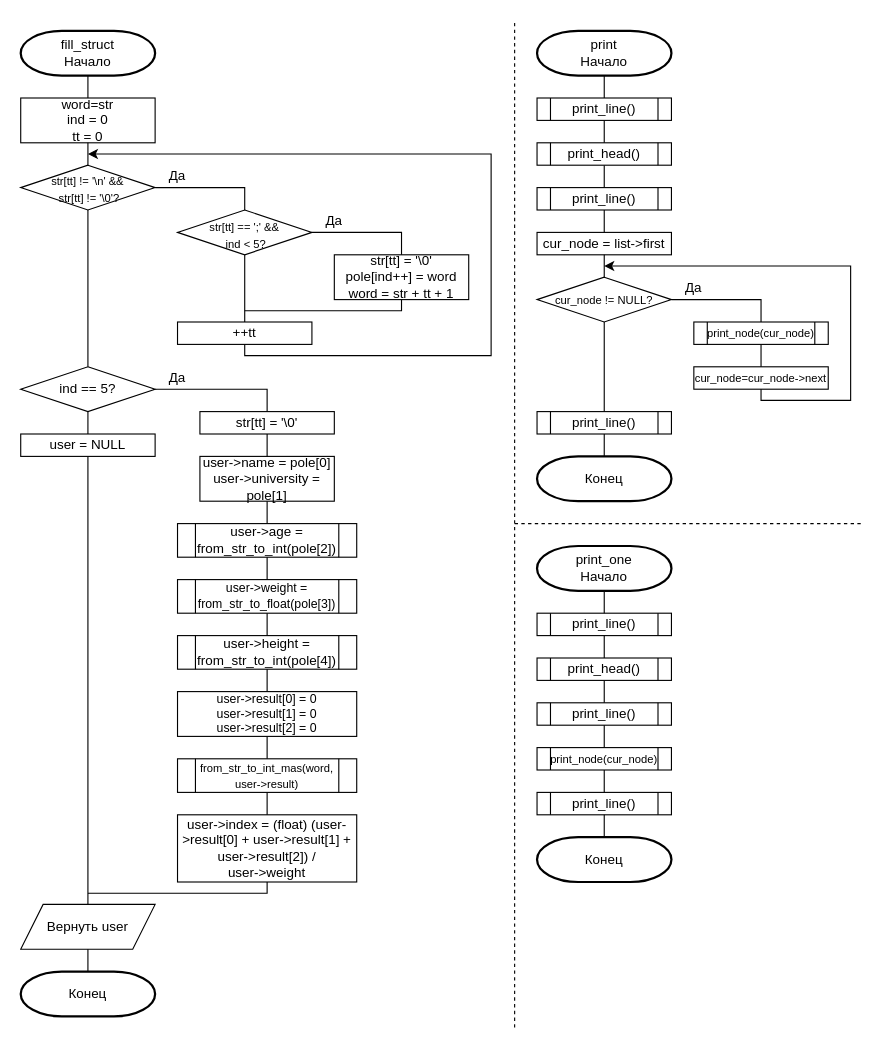
Earlier version of the draw.io diagram page "fill+print(3)" (3 of 11) of images/Схема алгоритма.drawio (DexTver/course_work_sql). Source tidied: cells renumbered, new cells numbered last; positions are measured from the earlier drawing's top-left corner, leaving out a move shared by most shapes. Both pictures are drawn from the tidied source at 112%, with x=0, y=0 at pixel (20, 19).
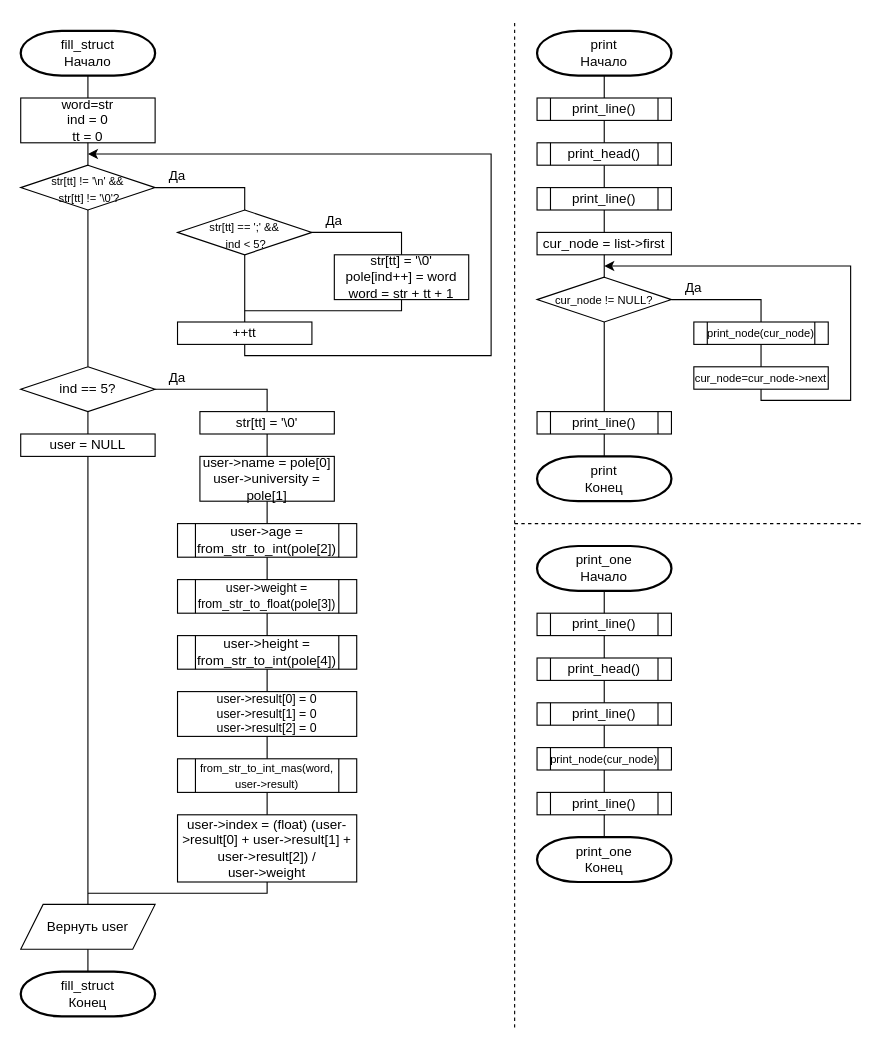
The same page after the edit.

What changed in the source:
```diff
@@
-    <mxCell id="26" value="Конец" style="strokeWidth=2;html=1;shape=mxgraph.flowchart.terminator;whiteSpace=wrap;" parent="1" vertex="1">
+    <mxCell id="26" value="&lt;div&gt;fill_struct&lt;/div&gt;Конец" style="strokeWidth=2;html=1;shape=mxgraph.flowchart.terminator;whiteSpace=wrap;" parent="1" vertex="1">
       <mxGeometry y="850" width="120" height="40" as="geometry" />
     </mxCell>
@@
-    <mxCell id="40" value="Конец" style="strokeWidth=2;html=1;shape=mxgraph.flowchart.terminator;whiteSpace=wrap;" parent="1" vertex="1">
+    <mxCell id="40" value="&lt;div&gt;print&lt;/div&gt;Конец" style="strokeWidth=2;html=1;shape=mxgraph.flowchart.terminator;whiteSpace=wrap;" parent="1" vertex="1">
       <mxGeometry x="461" y="390" width="120" height="40" as="geometry" />
     </mxCell>
@@
-    <mxCell id="58" value="Конец" style="strokeWidth=2;html=1;shape=mxgraph.flowchart.terminator;whiteSpace=wrap;" parent="1" vertex="1">
+    <mxCell id="58" value="&lt;div&gt;print_one&lt;/div&gt;Конец" style="strokeWidth=2;html=1;shape=mxgraph.flowchart.terminator;whiteSpace=wrap;" parent="1" vertex="1">
       <mxGeometry x="461" y="730" width="120" height="40" as="geometry" />
     </mxCell>
```
